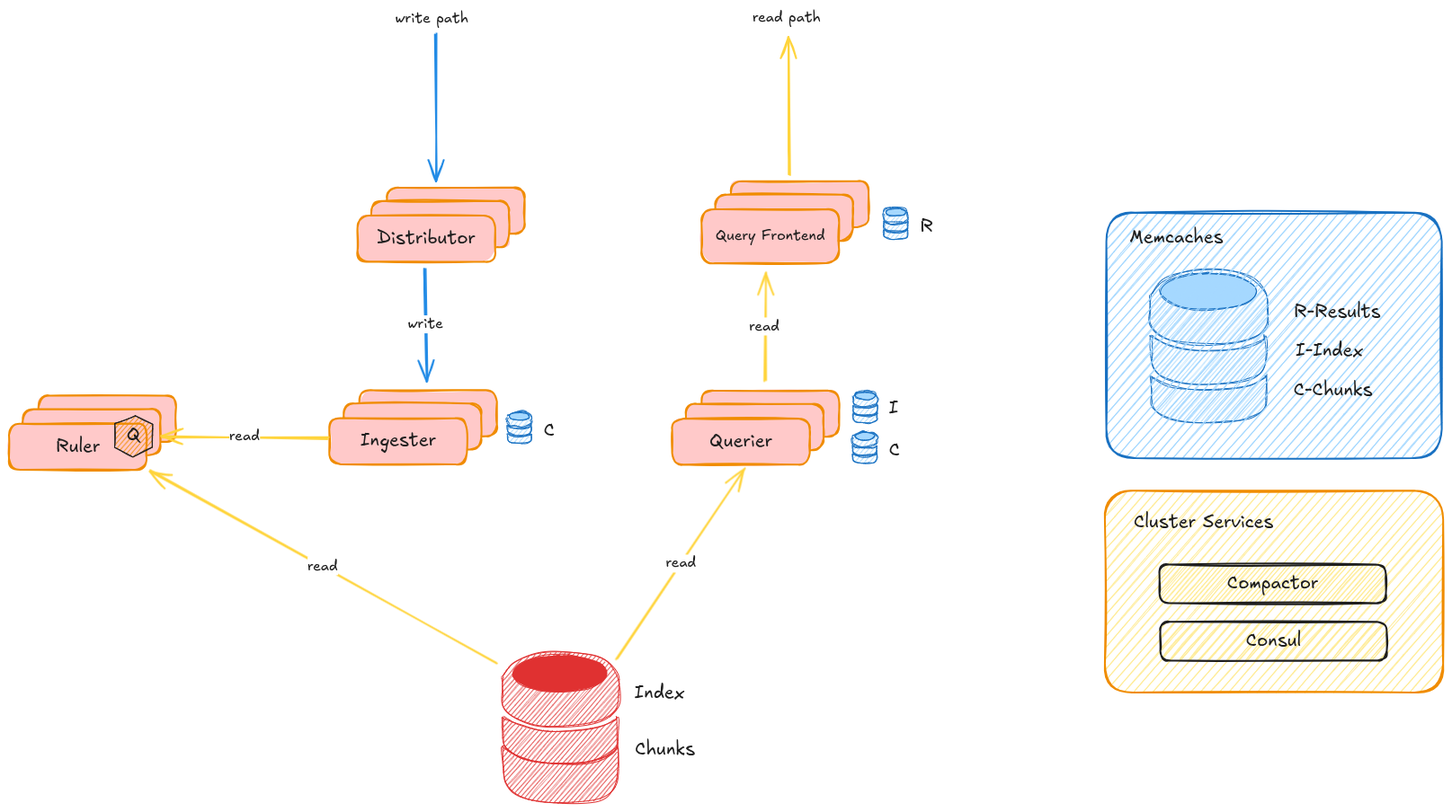
Above: static/img/docs/blueprints/by-use-case/observability/kubernetes-logging-with-loki/loki-architecture.png in opentelekomcloud/docs-next (Excalidraw), before the change. Source tidied: one line per element, renumbered; positions are measured from the earlier drawing's top-left corner, leaving out a move shared by most shapes.
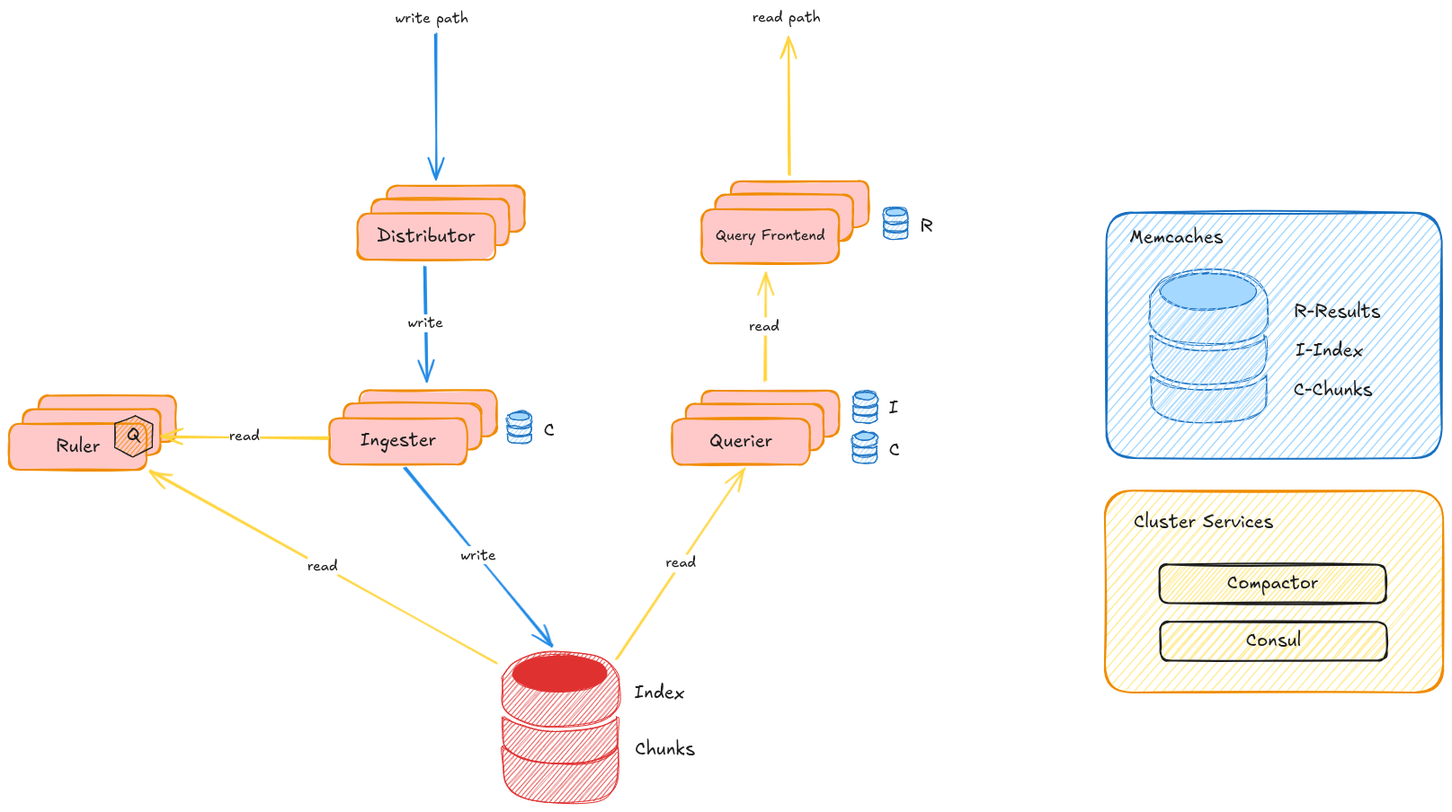
After the change.

Commit message:
corrected loki arch picture #323

Change to the diagram source:
```diff
@@ -19,10 +19,10 @@
 {"id": 18, "type": "line", "strokeColor": "#e03131", "backgroundColor": "#e03131", "fillStyle": "hachure", "strokeWidth": 1, "roughness": 1, "round": true, "x": 549, "y": 821, "width": 128, "height": 63, "points": [[0, 0], [0, 20], [2, 42], [18, 56], [46, 63], [86, 63], [110, 57], [125, 45], [128, 24], [127, 2], [123, 5], [109, 13], [84, 19], [48, 19], [19, 13], [0, 0]]}
 {"id": 19, "type": "text", "text": "Index", "strokeColor": "#1e1e1e", "strokeWidth": 2, "roughness": 1, "fontSize": 20, "fontFamily": 5, "x": 695, "y": 749, "width": 157, "height": 25}
 {"id": 20, "type": "text", "text": "Chunks", "strokeColor": "#1e1e1e", "strokeWidth": 2, "roughness": 1, "fontSize": 20, "fontFamily": 5, "x": 696, "y": 812, "width": 157, "height": 25}
-{"id": 21, "type": "rectangle", "strokeColor": "#f08c00", "backgroundColor": "#ffc9c9", "fillStyle": "solid", "strokeWidth": 2, "roughness": 1, "round": true, "x": 420, "y": 199, "width": 153, "height": 51}
+{"id": 21, "type": "rectangle", "strokeColor": "#f08c00", "backgroundColor": "#ffc9c9", "fillStyle": "solid", "strokeWidth": 2, "roughness": 1, "round": true, "x": 420, "y": 197, "width": 153, "height": 51}
-{"id": 22, "type": "rectangle", "strokeColor": "#f08c00", "backgroundColor": "#ffc9c9", "fillStyle": "solid", "strokeWidth": 2, "roughness": 1, "round": true, "x": 403, "y": 214, "width": 153, "height": 51}
+{"id": 22, "type": "rectangle", "strokeColor": "#f08c00", "backgroundColor": "#ffc9c9", "fillStyle": "solid", "strokeWidth": 2, "roughness": 1, "round": true, "x": 403, "y": 211, "width": 153, "height": 51}
-{"id": 23, "type": "rectangle", "strokeColor": "#f08c00", "backgroundColor": "#ffc9c9", "fillStyle": "solid", "strokeWidth": 2, "roughness": 1, "round": true, "x": 388, "y": 230, "width": 153, "height": 51}
+{"id": 23, "type": "rectangle", "strokeColor": "#f08c00", "backgroundColor": "#ffc9c9", "fillStyle": "solid", "strokeWidth": 2, "roughness": 1, "round": true, "x": 388, "y": 228, "width": 153, "height": 51}
-{"id": 24, "type": "text", "text": "Distributor", "strokeColor": "#1e1e1e", "strokeWidth": 2, "roughness": 1, "fontSize": 20, "fontFamily": 5, "textAlign": "center", "verticalAlign": "middle", "inside": 23, "x": 409, "y": 243, "width": 110, "height": 25}
+{"id": 24, "type": "text", "text": "Distributor", "strokeColor": "#1e1e1e", "strokeWidth": 2, "roughness": 1, "fontSize": 20, "fontFamily": 5, "textAlign": "center", "verticalAlign": "middle", "inside": 23, "x": 409, "y": 241, "width": 110, "height": 25}
 {"id": 25, "type": "rectangle", "strokeColor": "#f08c00", "backgroundColor": "#ffc9c9", "fillStyle": "solid", "strokeWidth": 2, "roughness": 1, "round": true, "x": 390, "y": 424, "width": 153, "height": 51}
 {"id": 26, "type": "rectangle", "strokeColor": "#f08c00", "backgroundColor": "#ffc9c9", "fillStyle": "solid", "strokeWidth": 2, "roughness": 1, "round": true, "x": 372, "y": 439, "width": 153, "height": 51}
 {"id": 27, "type": "rectangle", "strokeColor": "#f08c00", "backgroundColor": "#ffc9c9", "fillStyle": "solid", "strokeWidth": 2, "roughness": 1, "round": true, "x": 356, "y": 456, "width": 153, "height": 51}
@@ -49,9 +49,9 @@
 {"id": 48, "type": "text", "text": "read", "strokeColor": "#1e1e1e", "backgroundColor": "#ffc9c9", "fillStyle": "solid", "strokeWidth": 2, "roughness": 1, "fontSize": 16, "fontFamily": 5, "textAlign": "center", "verticalAlign": "middle", "inside": 47, "x": 760, "y": 567, "width": 34, "height": 20}
 {"id": 49, "type": "arrow", "strokeColor": "#ffd43b", "backgroundColor": "#ffc9c9", "fillStyle": "solid", "strokeWidth": 2, "roughness": 1, "endArrowhead": "arrow", "round": true, "from": 29, "x": 869, "y": 184, "width": 3, "height": 151, "points": [[0, 0], [-3, -151]]}
 {"id": 50, "type": "text", "text": "read path", "strokeColor": "#1e1e1e", "backgroundColor": "#ffc9c9", "fillStyle": "solid", "strokeWidth": 2, "roughness": 1, "fontSize": 16, "fontFamily": 5, "x": 827, "y": 0, "width": 76, "height": 20}
-{"id": 51, "type": "arrow", "strokeColor": "#228be6", "backgroundColor": "#ffc9c9", "fillStyle": "solid", "strokeWidth": 2, "roughness": 1, "endArrowhead": "arrow", "round": true, "from": 52, "to": 21, "x": 475, "y": 28, "width": 1, "height": 163, "points": [[0, 0], [1, 163]]}
+{"id": 51, "type": "arrow", "strokeColor": "#228be6", "backgroundColor": "#ffc9c9", "fillStyle": "solid", "strokeWidth": 2, "roughness": 1, "endArrowhead": "arrow", "round": true, "from": 52, "to": 21, "x": 475, "y": 28, "width": 1, "height": 161, "points": [[0, 0], [1, 161]]}
 {"id": 52, "type": "text", "text": "write path", "strokeColor": "#1e1e1e", "backgroundColor": "#ffc9c9", "fillStyle": "solid", "strokeWidth": 2, "roughness": 1, "fontSize": 16, "fontFamily": 5, "x": 430, "y": 1, "width": 81, "height": 20}
-{"id": 53, "type": "arrow", "strokeColor": "#228be6", "backgroundColor": "#ffc9c9", "fillStyle": "solid", "strokeWidth": 2, "roughness": 1, "endArrowhead": "arrow", "round": true, "from": 23, "to": 25, "x": 462, "y": 289, "width": 1, "height": 125, "points": [[0, 0], [1, 125]]}
+{"id": 53, "type": "arrow", "strokeColor": "#228be6", "backgroundColor": "#ffc9c9", "fillStyle": "solid", "strokeWidth": 2, "roughness": 1, "endArrowhead": "arrow", "round": true, "from": 23, "to": 25, "x": 462, "y": 286, "width": 1, "height": 127, "points": [[0, 0], [1, 127]]}
 {"id": 54, "type": "text", "text": "write", "strokeColor": "#1e1e1e", "backgroundColor": "#ffc9c9", "fillStyle": "solid", "strokeWidth": 2, "roughness": 1, "fontSize": 16, "fontFamily": 5, "textAlign": "center", "verticalAlign": "middle", "inside": 53, "x": 443, "y": 341, "width": 40, "height": 20}
 {"id": 55, "type": "line", "strokeColor": "#1971c2", "backgroundColor": "#a5d8ff", "fillStyle": "hachure", "strokeWidth": 1, "roughness": 1, "round": true, "x": 939, "y": 431, "width": 27, "height": 17, "points": [[0, 0], [0, 4], [0, 7], [3, 10], [9, 12], [18, 12], [24, 10], [27, 8], [27, 4], [27, -1], [23, -4], [17, -6], [9, -5], [3, -3], [0, 0]]}
 {"id": 56, "type": "ellipse", "strokeColor": "#1971c2", "backgroundColor": "#a5d8ff", "fillStyle": "solid", "strokeWidth": 1, "roughness": 1, "x": 941, "y": 427, "width": 22, "height": 8}
@@ -75,3 +75,5 @@
 {"id": 74, "type": "text", "text": "C", "strokeColor": "#1e1e1e", "strokeWidth": 2, "roughness": 1, "fontSize": 20, "fontFamily": 5, "x": 595, "y": 457, "width": 157, "height": 25}
 {"id": 75, "type": "line", "strokeColor": "#1e1e1e", "backgroundColor": "#f08c00", "fillStyle": "hachure", "strokeWidth": 1, "roughness": 1, "x": 181, "y": 453, "width": 42, "height": 46, "points": [[-40, 0], [-63, 9], [-63, 35], [-43, 46], [-21, 35], [-21, 9], [-40, 0]]}
 {"id": 76, "type": "text", "text": "Q", "strokeColor": "#1e1e1e", "backgroundColor": "#f08c00", "fillStyle": "solid", "strokeWidth": 2, "roughness": 1, "fontSize": 20, "fontFamily": 5, "x": 131, "y": 463, "width": 16, "height": 25}
+{"id": 77, "type": "arrow", "strokeColor": "#228be6", "backgroundColor": "#ffc9c9", "fillStyle": "solid", "strokeWidth": 2, "roughness": 1, "endArrowhead": "arrow", "round": true, "from": 27, "to": 16, "x": 440, "y": 510, "width": 165, "height": 198, "points": [[0, 0], [165, 198]]}
+{"id": 78, "type": "text", "text": "write", "strokeColor": "#1e1e1e", "backgroundColor": "#ffc9c9", "fillStyle": "solid", "strokeWidth": 2, "roughness": 1, "fontSize": 16, "fontFamily": 5, "textAlign": "center", "verticalAlign": "middle", "inside": 77, "x": 447, "y": 377, "width": 40, "height": 20}
```
